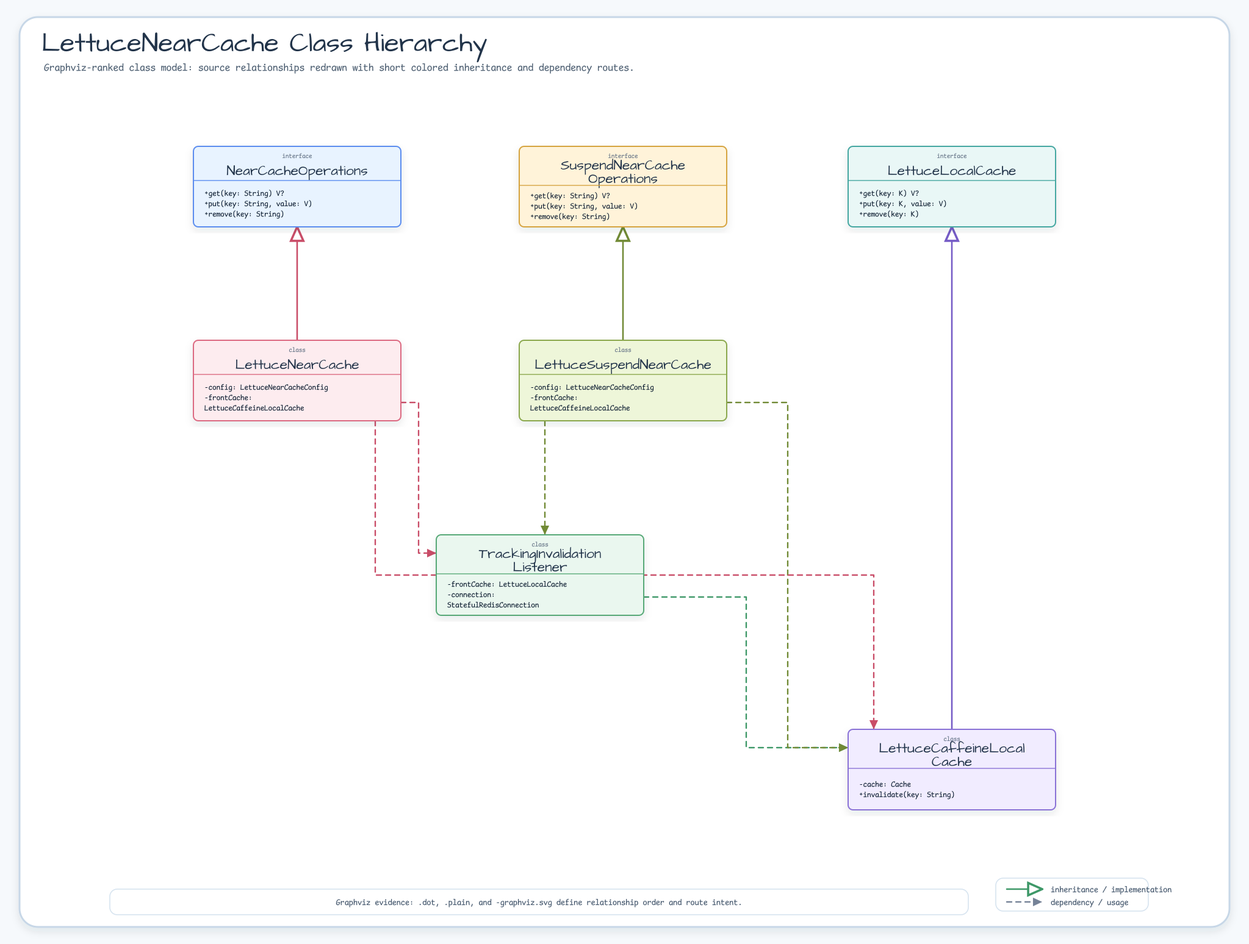
This is docs/images/readme-diagrams/cache-cache-lettuce-diagram-01.png from bluetape4k/bluetape4k-projects, a Graphviz export, as it was before one commit. Its source is kept beside it as docs/images/readme-diagrams/cache-cache-lettuce-diagram-01.dot. Source of this version:
```dot
digraph G {
  graph [rankdir=TB, splines=ortho, nodesep=0.95, ranksep=1.2, outputorder=edgesfirst, pack=false, sep="+0.9,0.9"];
  node [shape=box, style="rounded,filled", fontname="Comic Mono", fontsize=11, margin="0.16,0.10", width=2.8, height=1.05];
  edge [fontname="Comic Mono", fontsize=10, arrowsize=0.75, penwidth=1.8];
  NearCacheOperations [label="NearCacheOperations", fillcolor="#E8F3FF", color="#5B8DEF"];
  TrackingInvalidationListener [label="TrackingInvalidationListener", fillcolor="#EAF7EF", color="#58A978"];
  LettuceLocalCache [label="LettuceLocalCache", fillcolor="#E9F7F6", color="#45A7A1"];
  SuspendNearCacheOperations [label="SuspendNearCacheOperations", fillcolor="#FFF3D9", color="#D6A441"];
  LettuceNearCache [label="LettuceNearCache", fillcolor="#FDECEF", color="#DC6B82"];
  LettuceCaffeineLocalCache [label="LettuceCaffeineLocalCache", fillcolor="#F1ECFF", color="#8A72D6"];
  LettuceSuspendNearCache [label="LettuceSuspendNearCache", fillcolor="#EEF6D9", color="#8BA84D"];
  { rank=source; NearCacheOperations; LettuceLocalCache; SuspendNearCacheOperations; }
  TrackingInvalidationListener -> LettuceCaffeineLocalCache [color="#3E9868", fontcolor="#3E9868", style="dashed", arrowhead="none", weight=2];
  LettuceSuspendNearCache -> TrackingInvalidationListener [color="#718A35", fontcolor="#718A35", style="dashed", arrowhead="none", weight=2];
  LettuceSuspendNearCache -> LettuceCaffeineLocalCache [color="#718A35", fontcolor="#718A35", style="dashed", arrowhead="none", weight=2];
  LettuceNearCache -> TrackingInvalidationListener [color="#C94D68", fontcolor="#C94D68", style="dashed", arrowhead="none", weight=2];
  LettuceNearCache -> LettuceCaffeineLocalCache [color="#C94D68", fontcolor="#C94D68", style="dashed", arrowhead="none", weight=2];
  LettuceLocalCache -> LettuceCaffeineLocalCache [color="#755BC6", fontcolor="#755BC6", style="solid", arrowhead="none", weight=10];
  SuspendNearCacheOperations -> LettuceSuspendNearCache [color="#718A35", fontcolor="#718A35", style="solid", arrowhead="none", weight=10];
  NearCacheOperations -> LettuceNearCache [color="#C94D68", fontcolor="#C94D68", style="solid", arrowhead="none", weight=10];
}
```
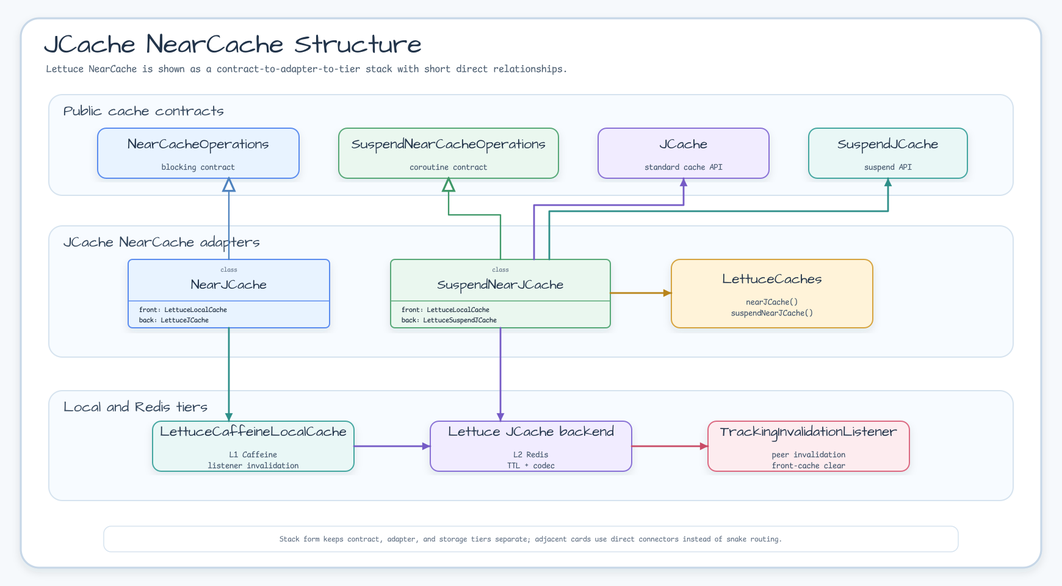
Later version of the same file.

What changed in the source:
```diff
@@ -1,21 +1,22 @@
 digraph G {
-  graph [rankdir=TB, splines=ortho, nodesep=0.95, ranksep=1.2, outputorder=edgesfirst, pack=false, sep="+0.9,0.9"];
-  node [shape=box, style="rounded,filled", fontname="Comic Mono", fontsize=11, margin="0.16,0.10", width=2.8, height=1.05];
-  edge [fontname="Comic Mono", fontsize=10, arrowsize=0.75, penwidth=1.8];
-  NearCacheOperations [label="NearCacheOperations", fillcolor="#E8F3FF", color="#5B8DEF"];
-  TrackingInvalidationListener [label="TrackingInvalidationListener", fillcolor="#EAF7EF", color="#58A978"];
-  LettuceLocalCache [label="LettuceLocalCache", fillcolor="#E9F7F6", color="#45A7A1"];
-  SuspendNearCacheOperations [label="SuspendNearCacheOperations", fillcolor="#FFF3D9", color="#D6A441"];
-  LettuceNearCache [label="LettuceNearCache", fillcolor="#FDECEF", color="#DC6B82"];
-  LettuceCaffeineLocalCache [label="LettuceCaffeineLocalCache", fillcolor="#F1ECFF", color="#8A72D6"];
-  LettuceSuspendNearCache [label="LettuceSuspendNearCache", fillcolor="#EEF6D9", color="#8BA84D"];
-  { rank=source; NearCacheOperations; LettuceLocalCache; SuspendNearCacheOperations; }
-  TrackingInvalidationListener -> LettuceCaffeineLocalCache [color="#3E9868", fontcolor="#3E9868", style="dashed", arrowhead="none", weight=2];
-  LettuceSuspendNearCache -> TrackingInvalidationListener [color="#718A35", fontcolor="#718A35", style="dashed", arrowhead="none", weight=2];
-  LettuceSuspendNearCache -> LettuceCaffeineLocalCache [color="#718A35", fontcolor="#718A35", style="dashed", arrowhead="none", weight=2];
-  LettuceNearCache -> TrackingInvalidationListener [color="#C94D68", fontcolor="#C94D68", style="dashed", arrowhead="none", weight=2];
-  LettuceNearCache -> LettuceCaffeineLocalCache [color="#C94D68", fontcolor="#C94D68", style="dashed", arrowhead="none", weight=2];
-  LettuceLocalCache -> LettuceCaffeineLocalCache [color="#755BC6", fontcolor="#755BC6", style="solid", arrowhead="none", weight=10];
-  SuspendNearCacheOperations -> LettuceSuspendNearCache [color="#718A35", fontcolor="#718A35", style="solid", arrowhead="none", weight=10];
-  NearCacheOperations -> LettuceNearCache [color="#C94D68", fontcolor="#C94D68", style="solid", arrowhead="none", weight=10];
+  graph [rankdir=TB, splines=ortho, nodesep=0.7, ranksep=0.85, fontname="Comic Mono", label="JCache NearCache Structure"];
+  node [shape=box, style="rounded,filled", fontname="Architects Daughter", fontsize=18, color="#D7E2EC", fillcolor="#F7FAFC"];
+  edge [fontname="Comic Mono", fontsize=11, color="#56708C", arrowsize=0.8];
+  "NearCacheOperations";
+  "SuspendNearCacheOperations";
+  "NearJCache";
+  "SuspendNearJCache";
+  "LettuceCaches";
+  "LocalCache";
+  "LettuceJCache";
+  "TrackingInvalidationListener";
+  "NearJCache" -> "NearCacheOperations" [label=""];
+  "SuspendNearJCache" -> "SuspendNearCacheOperations" [label=""];
+  "LettuceCaches" -> "NearJCache" [label=""];
+  "LettuceCaches" -> "SuspendNearJCache" [label=""];
+  "NearJCache" -> "LocalCache" [label=""];
+  "NearJCache" -> "LettuceJCache" [label=""];
+  "SuspendNearJCache" -> "LocalCache" [label=""];
+  "SuspendNearJCache" -> "LettuceJCache" [label=""];
+  "TrackingInvalidationListener" -> "LocalCache" [label=""];
 }
```
